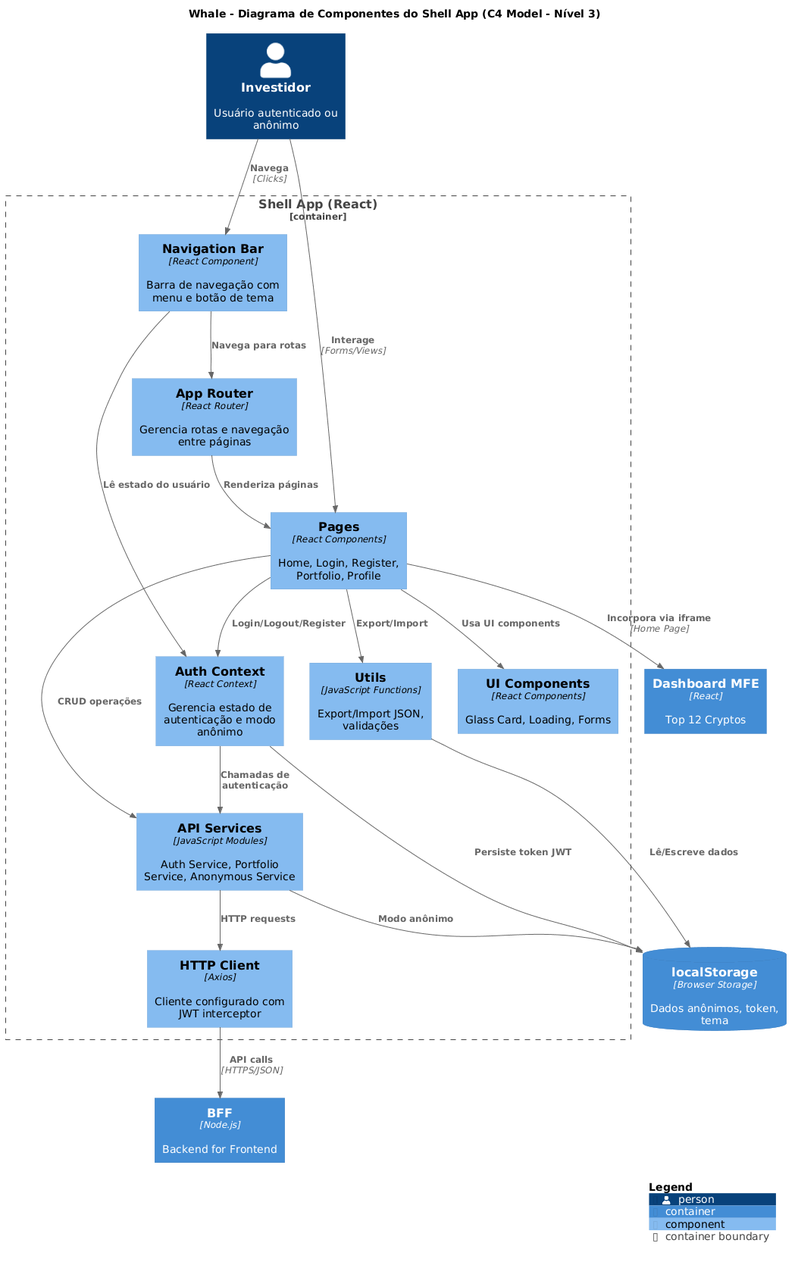
The PlantUML diagram C4 Model/3. component (shell app).png in phsilvacabral/whale, before a commit.
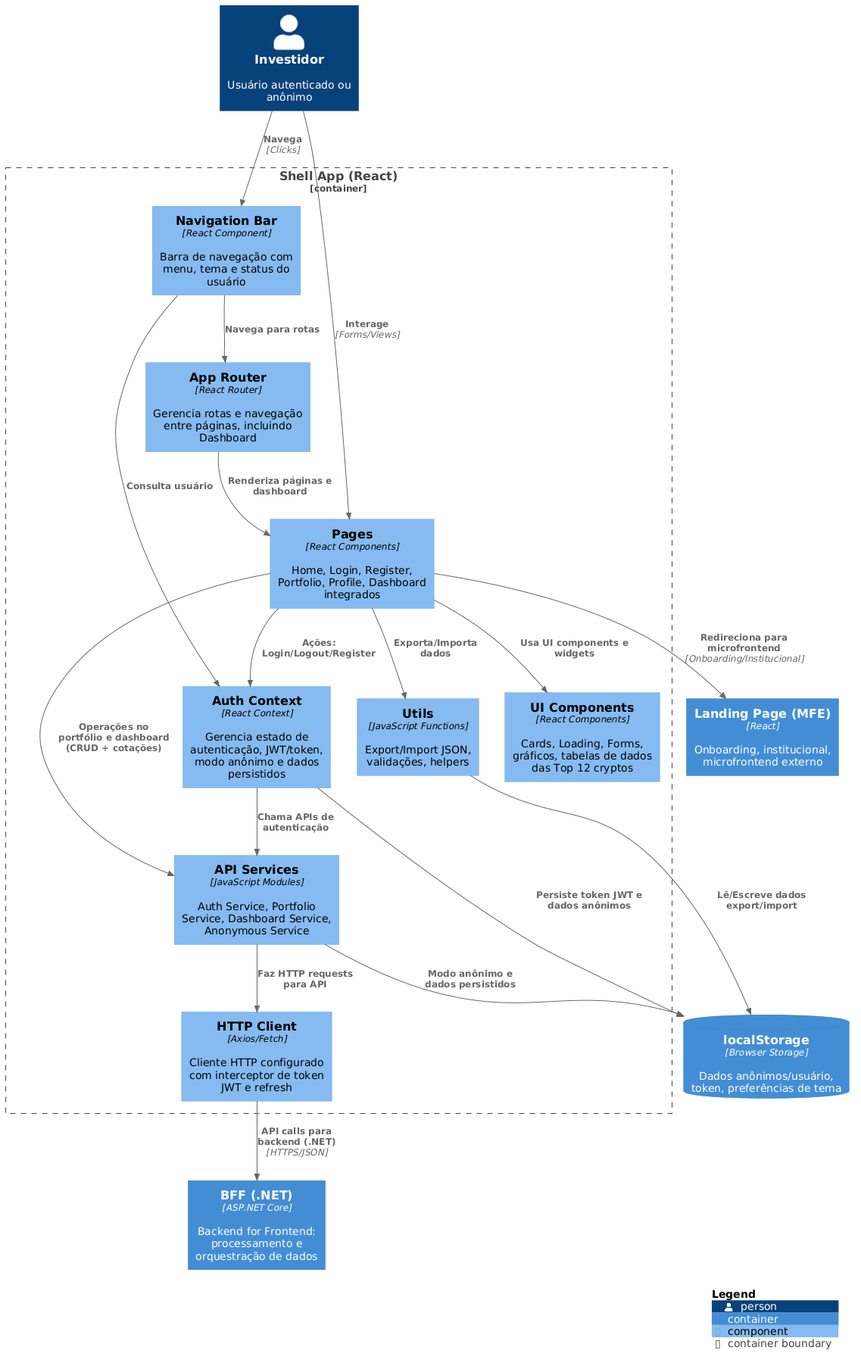
After the change.

Diff of the diagram source:
```diff
@@ -3,59 +3,49 @@
 
 LAYOUT_WITH_LEGEND()
 
-title Whale - Diagrama de Componentes do Shell App (C4 Model - Nível 3)
-
 Person(investor, "Investidor", "Usuário autenticado ou anônimo")
 
 Container_Boundary(shellapp, "Shell App (React)") {
-
-    Component(router, "App Router", "React Router", "Gerencia rotas e navegação entre páginas")
-
-    Component(navbar, "Navigation Bar", "React Component", "Barra de navegação com menu e botão de tema")
-
-    Component(authcontext, "Auth Context", "React Context", "Gerencia estado de autenticação e modo anônimo")
-
-    Component(pages, "Pages", "React Components", "Home, Login, Register, Portfolio, Profile")
-
-    Component(services, "API Services", "JavaScript Modules", "Auth Service, Portfolio Service, Anonymous Service")
-
-    Component(apiclient, "HTTP Client", "Axios", "Cliente configurado com JWT interceptor")
-
-    Component(utils, "Utils", "JavaScript Functions", "Export/Import JSON, validações")
-
-    Component(components, "UI Components", "React Components", "Glass Card, Loading, Forms")
+    Component(router, "App Router", "React Router", "Gerencia rotas e navegação entre páginas, incluindo Dashboard")
+    Component(navbar, "Navigation Bar", "React Component", "Barra de navegação com menu, tema e status do usuário")
+    Component(authcontext, "Auth Context", "React Context", "Gerencia estado de autenticação, JWT/token, modo anônimo e dados persistidos")
+    Component(pages, "Pages", "React Components", "Home, Login, Register, Portfolio, Profile, Dashboard integrados")
+    Component(services, "API Services", "JavaScript Modules", "Auth Service, Portfolio Service, Dashboard Service, Anonymous Service")
+    Component(apiclient, "HTTP Client", "Axios/Fetch", "Cliente HTTP configurado com interceptor de token JWT e refresh")
+    Component(utils, "Utils", "JavaScript Functions", "Export/Import JSON, validações, helpers")
+    Component(components, "UI Components", "React Components", "Cards, Loading, Forms, gráficos, tabelas de dados das Top 12 cryptos")
 }
 
-Container(bff, "BFF", "Node.js", "Backend for Frontend")
+Container(bff, "BFF (.NET)", "ASP.NET Core", "Backend for Frontend: processamento e orquestração de dados")
 
-Container(dashboardmfe, "Dashboard MFE", "React", "Top 12 Cryptos")
+Container(landingmfe, "Landing Page (MFE)", "React", "Onboarding, institucional, microfrontend externo")
 
-ContainerDb(localstorage, "localStorage", "Browser Storage", "Dados anônimos, token, tema")
+ContainerDb(localstorage, "localStorage", "Browser Storage", "Dados anônimos/usuário, token, preferências de tema")
 
 Rel(investor, navbar, "Navega", "Clicks")
 Rel(investor, pages, "Interage", "Forms/Views")
 
 Rel(navbar, router, "Navega para rotas")
-Rel(navbar, authcontext, "Lê estado do usuário")
+Rel(navbar, authcontext, "Consulta usuário")
 
-Rel(router, pages, "Renderiza páginas")
+Rel(router, pages, "Renderiza páginas e dashboard")
 
-Rel(pages, authcontext, "Login/Logout/Register")
-Rel(pages, services, "CRUD operações")
-Rel(pages, utils, "Export/Import")
-Rel(pages, components, "Usa UI components")
+Rel(pages, authcontext, "Ações: Login/Logout/Register")
+Rel(pages, services, "Operações no portfólio e dashboard (CRUD + cotações)")
+Rel(pages, utils, "Exporta/Importa dados")
+Rel(pages, components, "Usa UI components e widgets")
 
-Rel(authcontext, services, "Chamadas de autenticação")
-Rel(authcontext, localstorage, "Persiste token JWT")
+Rel(authcontext, services, "Chama APIs de autenticação")
+Rel(authcontext, localstorage, "Persiste token JWT e dados anônimos")
 
-Rel(services, apiclient, "HTTP requests")
-Rel(services, localstorage, "Modo anônimo")
+Rel(services, apiclient, "Faz HTTP requests para API")
+Rel(services, localstorage, "Modo anônimo e dados persistidos")
 
-Rel(apiclient, bff, "API calls", "HTTPS/JSON")
+Rel(apiclient, bff, "API calls para backend (.NET)", "HTTPS/JSON")
 
-Rel(pages, dashboardmfe, "Incorpora via iframe", "Home Page")
+Rel(pages, landingmfe, "Redireciona para microfrontend", "Onboarding/Institucional")
 
-Rel(utils, localstorage, "Lê/Escreve dados")
+Rel(utils, localstorage, "Lê/Escreve dados export/import")
 
 SHOW_LEGEND()
 @enduml
```
